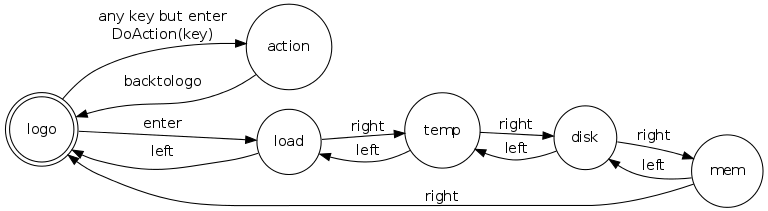
This is rpimonitorlcd.png from XavierBerger/RPi-Monitor-LCD, a Graphviz export, as it was before one commit. Its source is kept beside it as rpimonitorlcd.gv. Its diagram source:
```dot
digraph finite_state_machine {
	rankdir=LR;
	size="8,5"
	node [shape = doublecircle]; logo;
	node [shape = circle];

        logo -> action [ label = "any key but enter\nDoAction(key)"]
        action -> logo [ label = "backtologo" ]
	logo -> load [ label = "enter"]

        load -> logo [ label = "left" ]
        load -> temp [ label = "right" ]

        temp -> load [ label = "left" ]
        temp -> disk [ label = "right" ]

        disk -> temp [ label = "left" ]
        disk -> mem [ label = "right" ]

        mem -> disk [ label = "left" ]
        mem -> logo [ label = "right" ]

}
```
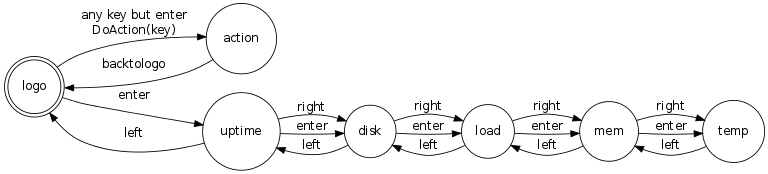
The same file after the commit.

The edit, as a diff of the source:
```diff
@@ -1,23 +1,30 @@
 digraph finite_state_machine {
-	rankdir=LR;
-	size="8,5"
-	node [shape = doublecircle]; logo;
-	node [shape = circle];
+  rankdir=LR;
+  size="8,5"
+  node [shape = doublecircle]; logo;
+  node [shape = circle];
 
         logo -> action [ label = "any key but enter\nDoAction(key)"]
         action -> logo [ label = "backtologo" ]
-	logo -> load [ label = "enter"]
+        logo -> uptime [ label = "enter"]
 
-        load -> logo [ label = "left" ]
-        load -> temp [ label = "right" ]
+        uptime -> logo [ label = "left" ]
+        uptime -> disk [ label = "right" ]
+        uptime -> disk [ label = "enter" ]
 
-        temp -> load [ label = "left" ]
-        temp -> disk [ label = "right" ]
+        disk -> uptime [ label = "left" ]
+        disk -> load [ label = "right" ]
+        disk -> load [ label = "enter" ]
 
-        disk -> temp [ label = "left" ]
-        disk -> mem [ label = "right" ]
+        load -> disk [ label = "left" ]
+        load -> mem [ label = "right" ]
+        load -> mem [ label = "enter" ]
 
-        mem -> disk [ label = "left" ]
-        mem -> logo [ label = "right" ]
+        mem -> load [ label = "left" ]
+        mem -> temp [ label = "right" ]
+        mem -> temp [ label = "enter" ]
+
+        temp -> mem [ label = "left" ]
+
 
 }
```
